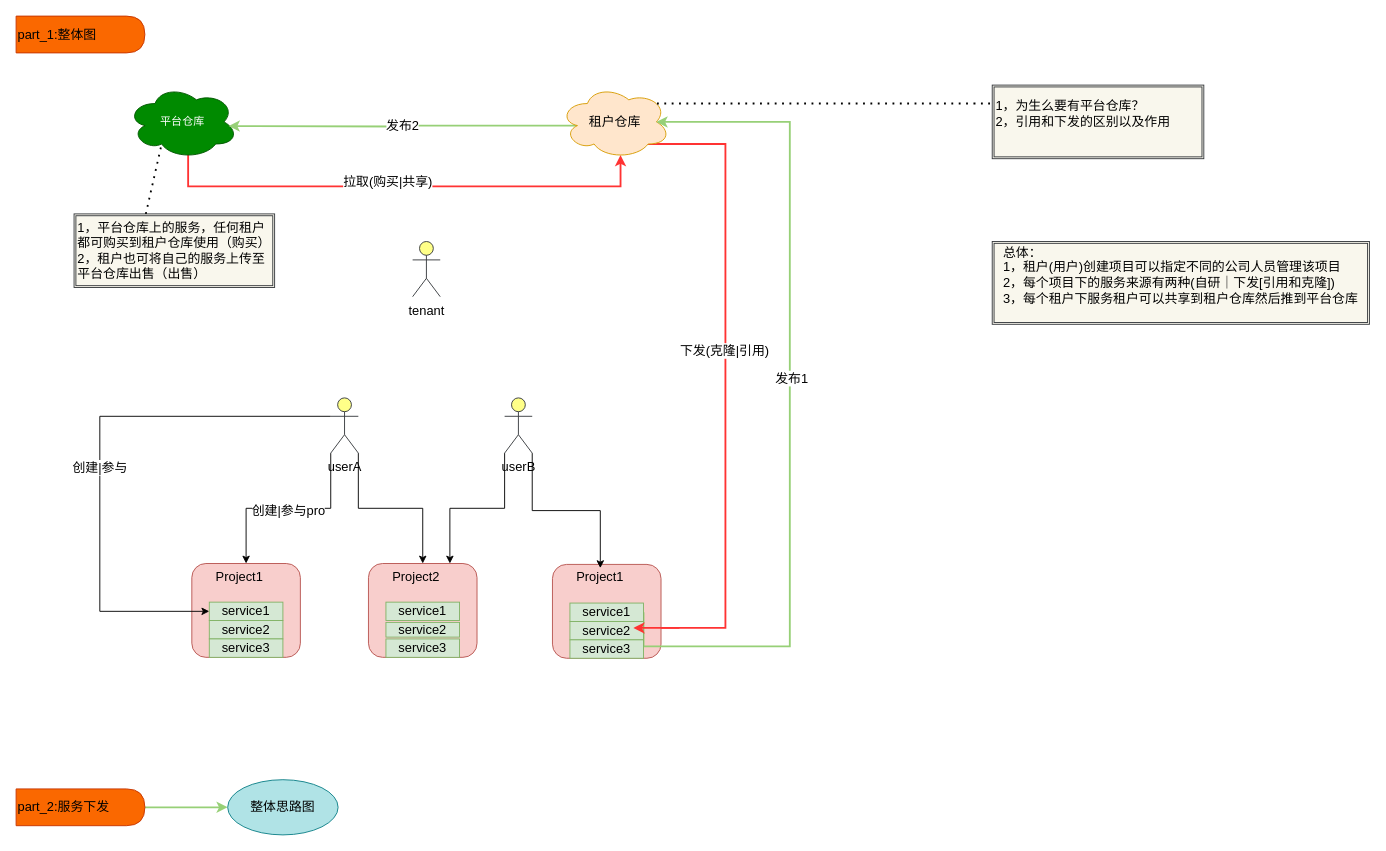
ThePointOfXu/liu_cheng_tu keeps this draw.io diagram as 服务下发.drawio. Above is the earlier version. Source tidied: cells renumbered, new cells numbered last; positions are measured from the earlier drawing's top-left corner, leaving out a move shared by most shapes. Both pictures are drawn from the tidied source at 92%, with x=0, y=0 at pixel (16, 16).
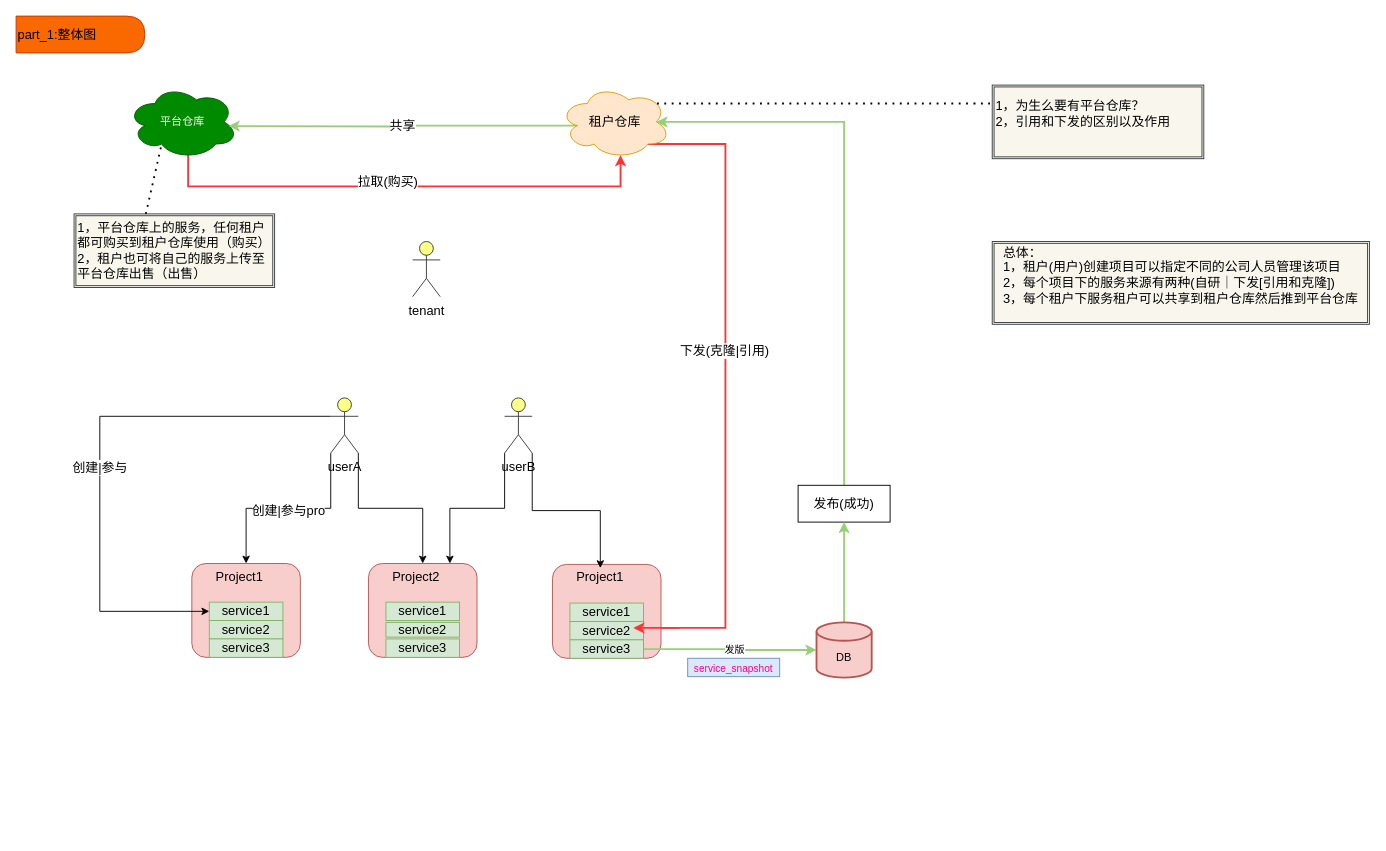
The same diagram, later.

The change refers to these unchanged cells:
```xml
<mxCell id="2" style="edgeStyle=orthogonalEdgeStyle;rounded=0;jettySize=auto;html=1;exitX=0.55;exitY=0.95;exitDx=0;exitDy=0;exitPerimeter=0;entryX=0.55;entryY=0.95;entryDx=0;entryDy=0;entryPerimeter=0;fontSize=14;fontColor=#33FF33;strokeWidth=2;strokeColor=#FF3333;" parent="1" edge="1" source="4" target="9">
  <mxGeometry relative="1" as="geometry">
    <Array as="points">
      <mxPoint x="187" y="185" />
      <mxPoint x="657" y="185" />
    </Array>
  </mxGeometry>
</mxCell>
<mxCell id="5" style="edgeStyle=orthogonalEdgeStyle;rounded=0;jettySize=auto;html=1;exitX=0.16;exitY=0.55;exitDx=0;exitDy=0;exitPerimeter=0;fontSize=14;strokeWidth=2;strokeColor=#97D077;" parent="1" edge="1" source="9">
  <mxGeometry relative="1" as="geometry">
    <mxPoint x="231" y="119.5" as="targetPoint" />
  </mxGeometry>
</mxCell>
<mxCell id="9" value="租户仓库" style="ellipse;shape=cloud;whiteSpace=wrap;html=1;fontSize=14;fillColor=#ffe6cc;strokeColor=#d79b00;" parent="1" vertex="1">
  <mxGeometry x="591" y="75" width="120" height="80" as="geometry" />
</mxCell>
<mxCell id="24" value="service1" style="rounded=0;whiteSpace=wrap;html=1;fontSize=14;fillColor=#d5e8d4;strokeColor=#82b366;" parent="1" vertex="1">
  <mxGeometry x="602" y="638" width="80" height="20" as="geometry" />
</mxCell>
<mxCell id="26" value="service3" style="rounded=0;whiteSpace=wrap;html=1;fontSize=14;fillColor=#d5e8d4;strokeColor=#82b366;" parent="1" vertex="1">
  <mxGeometry x="602" y="678" width="80" height="20" as="geometry" />
</mxCell>
```

Change to the diagram source:
```diff
@@
-    <mxCell id="3" value="&lt;font color=&quot;#000000&quot;&gt;拉取(购买|共享)&lt;/font&gt;" style="edgeLabel;html=1;align=center;verticalAlign=middle;fontSize=14;fontColor=#33FF33;" parent="2" vertex="1">
+    <mxCell id="3" value="&lt;font color=&quot;#000000&quot;&gt;拉取(购买)&lt;/font&gt;" style="edgeLabel;html=1;align=center;verticalAlign=middle;fontSize=14;fontColor=#33FF33;" parent="2" vertex="1">
       <mxGeometry x="-0.07" y="6" relative="1" as="geometry" />
     </mxCell>
@@
-    <mxCell id="6" value="发布2" style="edgeLabel;html=1;align=center;verticalAlign=middle;fontSize=14;" parent="5" vertex="1">
+    <mxCell id="6" value="共享" style="edgeLabel;html=1;align=center;verticalAlign=middle;fontSize=14;" parent="5" vertex="1">
       <mxGeometry x="-0.04" y="-1" relative="1" as="geometry">
         <mxPoint x="-9" as="offset" />
       </mxGeometry>
     </mxCell>
@@
-    <mxCell id="22" style="edgeStyle=orthogonalEdgeStyle;rounded=0;jettySize=auto;html=1;exitX=1;exitY=0.5;exitDx=0;exitDy=0;entryX=0.875;entryY=0.5;entryDx=0;entryDy=0;entryPerimeter=0;fontSize=14;strokeWidth=2;strokeColor=#97D077;" parent="1" edge="1" source="24" target="9">
-      <mxGeometry relative="1" as="geometry">
-        <Array as="points">
-          <mxPoint x="682" y="685" />
-          <mxPoint x="841" y="685" />
-          <mxPoint x="841" y="115" />
-        </Array>
-      </mxGeometry>
-    </mxCell>
-    <mxCell id="23" value="发布1" style="edgeLabel;html=1;align=center;verticalAlign=middle;fontSize=14;" parent="22" vertex="1">
-      <mxGeometry x="0.07" y="-1" relative="1" as="geometry">
-        <mxPoint y="-1" as="offset" />
-      </mxGeometry>
-    </mxCell>
@@
+    <mxCell id="47" style="edgeStyle=orthogonalEdgeStyle;rounded=0;jettySize=auto;html=1;exitX=1;exitY=0.5;exitDx=0;exitDy=0;entryX=0;entryY=0.5;entryDx=0;entryDy=0;entryPerimeter=0;strokeWidth=2;strokeColor=#97D077;" parent="1" edge="1" source="26" target="52">
+      <mxGeometry relative="1" as="geometry" />
+    </mxCell>
+    <mxCell id="48" value="发版" style="edgeLabel;html=1;align=center;verticalAlign=middle;" parent="47" vertex="1">
+      <mxGeometry x="-0.08" relative="1" as="geometry">
+        <mxPoint x="11" as="offset" />
+      </mxGeometry>
+    </mxCell>
@@
-    <mxCell id="44" style="edgeStyle=orthogonalEdgeStyle;rounded=0;jettySize=auto;html=1;fontSize=14;fontColor=#33FF33;strokeColor=#97D077;strokeWidth=2;" parent="1" edge="1" source="45" target="46">
-      <mxGeometry relative="1" as="geometry" />
-    </mxCell>
-    <mxCell id="45" value="&lt;font color=&quot;#000000&quot;&gt;part_2:服务下发&lt;/font&gt;" style="shape=delay;whiteSpace=wrap;html=1;fontSize=14;fontColor=#000000;align=left;fillColor=#fa6800;strokeColor=#C73500;" parent="1" vertex="1">
-      <mxGeometry y="840" width="140" height="40" as="geometry" />
-    </mxCell>
-    <mxCell id="46" value="整体思路图" style="ellipse;whiteSpace=wrap;html=1;fontSize=14;align=center;strokeColor=#0e8088;fillColor=#b0e3e6;" parent="1" vertex="1">
-      <mxGeometry x="230" y="830" width="120" height="60" as="geometry" />
-    </mxCell>
+    <mxCell id="49" style="edgeStyle=orthogonalEdgeStyle;rounded=0;jettySize=auto;html=1;exitX=0.5;exitY=0;exitDx=0;exitDy=0;entryX=0.875;entryY=0.5;entryDx=0;entryDy=0;entryPerimeter=0;strokeWidth=2;strokeColor=#97D077;" parent="1" edge="1" source="50" target="9">
+      <mxGeometry relative="1" as="geometry">
+        <Array as="points">
+          <mxPoint x="900" y="115" />
+        </Array>
+      </mxGeometry>
+    </mxCell>
+    <mxCell id="50" value="&lt;font style=&quot;font-size: 14px&quot;&gt;发布(成功)&lt;/font&gt;" style="rounded=0;whiteSpace=wrap;html=1;" parent="1" vertex="1">
+      <mxGeometry x="850" y="510" width="100" height="40" as="geometry" />
+    </mxCell>
+    <mxCell id="51" style="edgeStyle=orthogonalEdgeStyle;rounded=0;jettySize=auto;html=1;exitX=0.5;exitY=0;exitDx=0;exitDy=0;exitPerimeter=0;entryX=0.5;entryY=1;entryDx=0;entryDy=0;strokeWidth=2;strokeColor=#97D077;" parent="1" edge="1" source="52" target="50">
+      <mxGeometry relative="1" as="geometry" />
+    </mxCell>
+    <mxCell id="52" value="&lt;br&gt;DB" style="strokeWidth=2;html=1;shape=mxgraph.flowchart.database;whiteSpace=wrap;fillColor=#f8cecc;strokeColor=#b85450;" parent="1" vertex="1">
+      <mxGeometry x="870" y="659" width="60" height="60" as="geometry" />
+    </mxCell>
+    <mxCell id="53" value="&lt;font style=&quot;font-size: 11px&quot; color=&quot;#ff0080&quot;&gt;service_snapshot&lt;/font&gt;" style="rounded=0;whiteSpace=wrap;html=1;fontSize=14;fillColor=#dae8fc;strokeColor=#6c8ebf;" parent="1" vertex="1">
+      <mxGeometry x="730" y="698" width="100" height="20" as="geometry" />
+    </mxCell>
```
